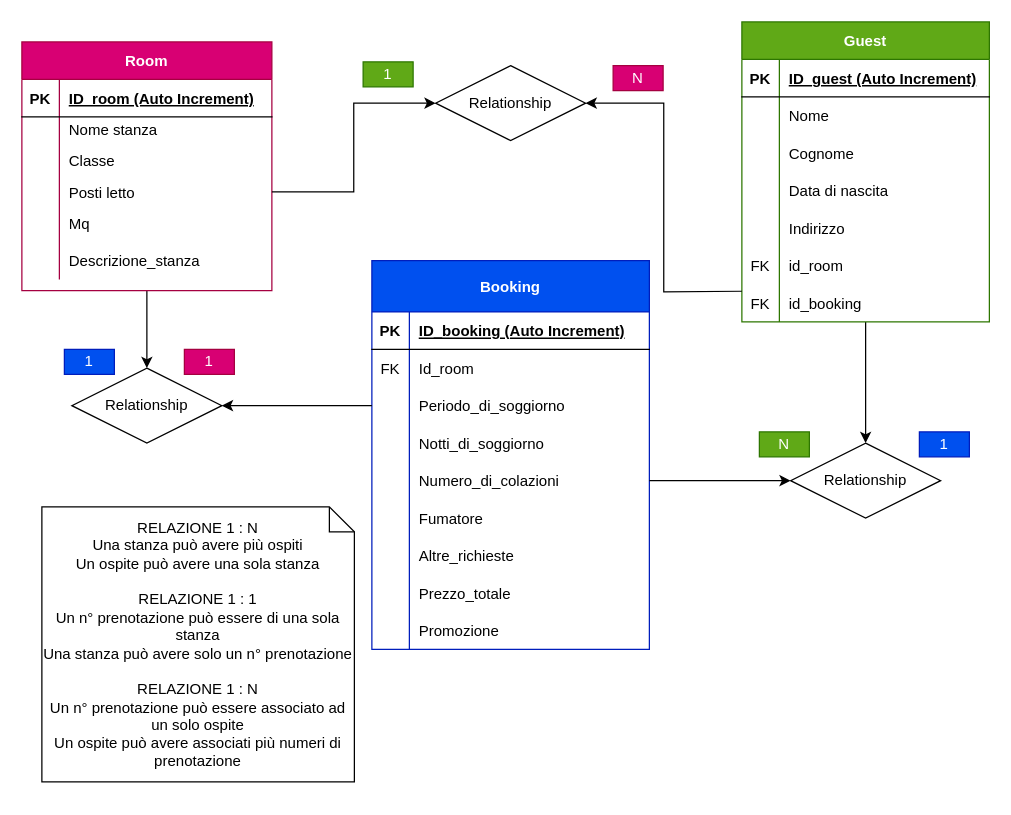
Before: diagram.drawio in romina-trazzi/db-first, a draw.io diagram. Source tidied: cells renumbered, new cells numbered last; positions are measured from the earlier drawing's top-left corner, leaving out a move shared by most shapes. Both pictures are drawn from the tidied source at 125%, with x=0, y=0 at pixel (21, 21).
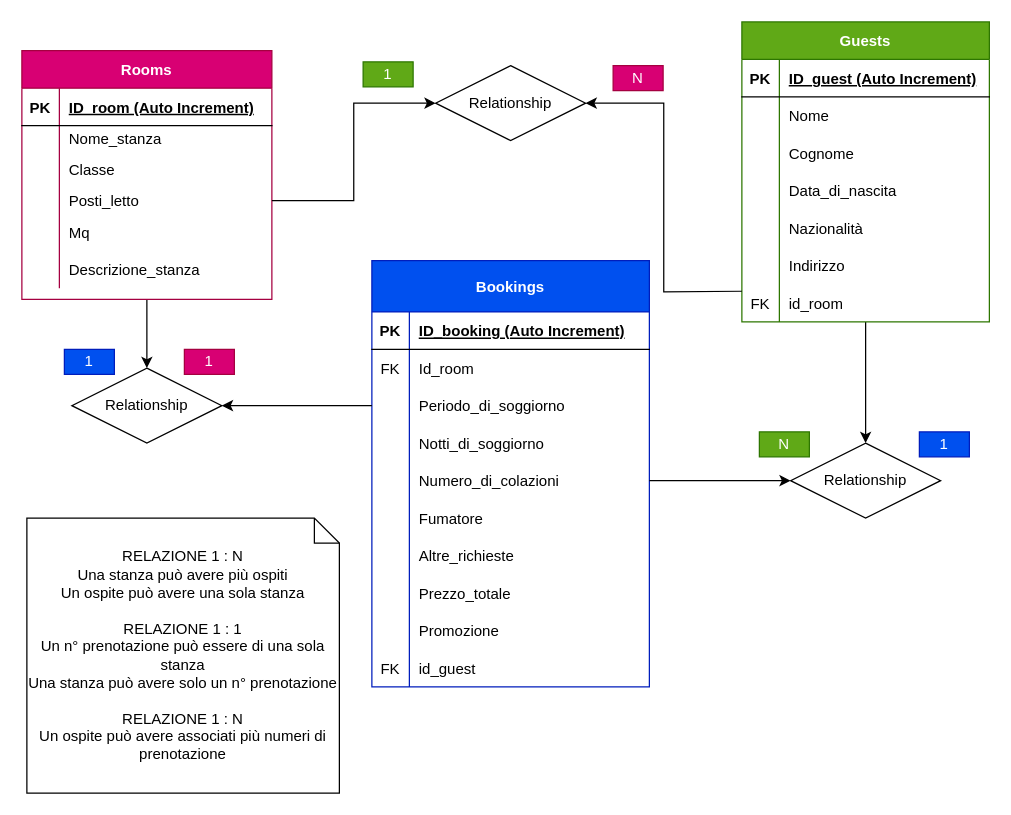
The same page after the edit.

Commit message:
Miglioramento flowchart hotel pt 3

Unchanged cells that the change refers to:
```xml
<mxCell id="7" style="shape=partialRectangle;fillColor=none;top=0;left=0;bottom=0;right=0;" parent="3" vertex="1">
  <mxGeometry y="60" width="200" height="20" as="geometry" />
</mxCell>
<mxCell id="13" style="shape=partialRectangle;fillColor=none;top=0;left=0;bottom=0;right=0;points=[[0,0.5],[1,0.5]];portConstraint=eastwest;" parent="3" vertex="1">
  <mxGeometry y="110" width="200" height="20" as="geometry" />
</mxCell>
<mxCell id="33" style="shape=partialRectangle;fillColor=none;top=0;left=0;bottom=0;right=0;" parent="23" vertex="1">
  <mxGeometry y="120" width="198" height="30" as="geometry" />
</mxCell>
```

Change to the diagram source:
```diff
@@
-    <mxCell id="3" value="Room" style="shape=table;startSize=30;childLayout=tableLayout;rowLines=0;fontStyle=1;align=center;strokeColor=#A50040;fontColor=#ffffff;fillColor=#d80073;" parent="1" vertex="1">
-      <mxGeometry y="16" width="200" height="199" as="geometry" />
+    <mxCell id="3" value="Rooms" style="shape=table;startSize=30;childLayout=tableLayout;rowLines=0;fontStyle=1;align=center;strokeColor=#A50040;fontColor=#ffffff;fillColor=#d80073;" parent="1" vertex="1">
+      <mxGeometry y="23" width="200" height="199" as="geometry" />
     </mxCell>
@@
-    <mxCell id="9" value="Nome stanza" style="shape=partialRectangle;fillColor=none;top=0;left=0;bottom=0;right=0;align=left;spacingLeft=6;overflow=hidden;" parent="7" vertex="1">
+    <mxCell id="9" value="Nome_stanza" style="shape=partialRectangle;fillColor=none;top=0;left=0;bottom=0;right=0;align=left;spacingLeft=6;overflow=hidden;" parent="7" vertex="1">
       <mxGeometry x="30" width="170" height="20" as="geometry" />
     </mxCell>
@@
-    <mxCell id="15" value="Posti letto" style="shape=partialRectangle;fillColor=none;top=0;left=0;bottom=0;right=0;align=left;spacingLeft=6;overflow=hidden;" parent="13" vertex="1">
+    <mxCell id="15" value="Posti_letto" style="shape=partialRectangle;fillColor=none;top=0;left=0;bottom=0;right=0;align=left;spacingLeft=6;overflow=hidden;" parent="13" vertex="1">
       <mxGeometry x="30" width="170" height="20" as="geometry" />
     </mxCell>
@@
-    <mxCell id="23" value="Guest" style="shape=table;startSize=30;childLayout=tableLayout;rowLines=0;fontStyle=1;align=center;fillColor=#60a917;strokeColor=#2D7600;fontColor=#ffffff;" parent="1" vertex="1">
+    <mxCell id="23" value="Guests" style="shape=table;startSize=30;childLayout=tableLayout;rowLines=0;fontStyle=1;align=center;fillColor=#60a917;strokeColor=#2D7600;fontColor=#ffffff;" parent="1" vertex="1">
       <mxGeometry x="576" width="198" height="240" as="geometry" />
     </mxCell>
@@
-    <mxCell id="35" value="Data di nascita" style="shape=partialRectangle;fillColor=none;top=0;left=0;bottom=0;right=0;align=left;spacingLeft=6;overflow=hidden;" parent="33" vertex="1">
+    <mxCell id="35" value="Data_di_nascita" style="shape=partialRectangle;fillColor=none;top=0;left=0;bottom=0;right=0;align=left;spacingLeft=6;overflow=hidden;" parent="33" vertex="1">
       <mxGeometry x="30" width="168" height="30" as="geometry" />
     </mxCell>
+    <mxCell id="87" style="shape=partialRectangle;fillColor=none;top=0;left=0;bottom=0;right=0;" parent="23" vertex="1">
+      <mxGeometry y="150" width="198" height="30" as="geometry" />
+    </mxCell>
+    <mxCell id="88" style="shape=partialRectangle;fillColor=none;top=0;left=0;bottom=0;right=0;overflow=hidden;" parent="87" vertex="1">
+      <mxGeometry width="30" height="30" as="geometry" />
+    </mxCell>
+    <mxCell id="89" value="Nazionalità" style="shape=partialRectangle;fillColor=none;top=0;left=0;bottom=0;right=0;align=left;spacingLeft=6;overflow=hidden;" parent="87" vertex="1">
+      <mxGeometry x="30" width="168" height="30" as="geometry" />
+    </mxCell>
     <mxCell id="36" style="shape=partialRectangle;fillColor=none;top=0;left=0;bottom=0;right=0;" parent="23" vertex="1">
-      <mxGeometry y="150" width="198" height="30" as="geometry" />
+      <mxGeometry y="180" width="198" height="30" as="geometry" />
     </mxCell>
@@
     <mxCell id="39" style="shape=partialRectangle;fillColor=none;top=0;left=0;bottom=0;right=0;" parent="23" vertex="1">
-      <mxGeometry y="180" width="198" height="30" as="geometry" />
+      <mxGeometry y="210" width="198" height="30" as="geometry" />
     </mxCell>
@@
-    <mxCell id="42" style="shape=partialRectangle;fillColor=none;top=0;left=0;bottom=0;right=0;" parent="23" vertex="1">
-      <mxGeometry y="210" width="198" height="30" as="geometry" />
-    </mxCell>
-    <mxCell id="43" value="FK" style="shape=partialRectangle;fillColor=none;top=0;left=0;bottom=0;right=0;overflow=hidden;" parent="42" vertex="1">
-      <mxGeometry width="30" height="30" as="geometry" />
-    </mxCell>
-    <mxCell id="44" value="id_booking" style="shape=partialRectangle;fillColor=none;top=0;left=0;bottom=0;right=0;align=left;spacingLeft=6;overflow=hidden;" parent="42" vertex="1">
-      <mxGeometry x="30" width="168" height="30" as="geometry" />
-    </mxCell>
-    <mxCell id="45" value="RELAZIONE 1 : N&lt;br&gt;Una stanza può avere più ospiti&lt;br&gt;Un ospite può avere una sola stanza&lt;br&gt;&lt;br&gt;RELAZIONE 1 : 1&lt;br&gt;Un n° prenotazione può essere di una sola stanza&lt;br&gt;Una stanza può avere solo un n° prenotazione&lt;br&gt;&lt;br&gt;RELAZIONE 1 : N&lt;br&gt;Un n° prenotazione può essere associato ad un solo ospite&lt;br&gt;Un ospite può avere associati più numeri di prenotazione" style="shape=note;size=20;whiteSpace=wrap;html=1;fillColor=none;" parent="1" vertex="1">
-      <mxGeometry x="16" y="388" width="250" height="220" as="geometry" />
+    <mxCell id="45" value="RELAZIONE 1 : N&lt;br&gt;Una stanza può avere più ospiti&lt;br&gt;Un ospite può avere una sola stanza&lt;br&gt;&lt;br&gt;RELAZIONE 1 : 1&lt;br&gt;Un n° prenotazione può essere di una sola stanza&lt;br&gt;Una stanza può avere solo un n° prenotazione&lt;br&gt;&lt;br&gt;RELAZIONE 1 : N&lt;br&gt;Un ospite può avere associati più numeri di prenotazione" style="shape=note;size=20;whiteSpace=wrap;html=1;fillColor=none;" parent="1" vertex="1">
+      <mxGeometry x="4" y="397" width="250" height="220" as="geometry" />
     </mxCell>
@@
-    <mxCell id="51" value="Booking" style="shape=table;startSize=41;childLayout=tableLayout;rowLines=0;fontStyle=1;align=center;fillColor=#0050ef;strokeColor=#001DBC;fontColor=#ffffff;" parent="1" vertex="1">
-      <mxGeometry x="280" y="191" width="222" height="311" as="geometry" />
+    <mxCell id="51" value="Bookings" style="shape=table;startSize=41;childLayout=tableLayout;rowLines=0;fontStyle=1;align=center;fillColor=#0050ef;strokeColor=#001DBC;fontColor=#ffffff;" parent="1" vertex="1">
+      <mxGeometry x="280" y="191" width="222" height="341" as="geometry" />
     </mxCell>
@@
+    <mxCell id="90" style="shape=partialRectangle;fillColor=none;top=0;left=0;bottom=0;right=0;" parent="51" vertex="1">
+      <mxGeometry y="311" width="222" height="30" as="geometry" />
+    </mxCell>
+    <mxCell id="43" value="FK" style="shape=partialRectangle;fillColor=none;top=0;left=0;bottom=0;right=0;overflow=hidden;" parent="90" vertex="1">
+      <mxGeometry width="30" height="30" as="geometry" />
+    </mxCell>
+    <mxCell id="91" value="id_guest" style="shape=partialRectangle;fillColor=none;top=0;left=0;bottom=0;right=0;align=left;spacingLeft=6;overflow=hidden;" parent="90" vertex="1">
+      <mxGeometry x="30" width="192" height="30" as="geometry" />
+    </mxCell>
```
